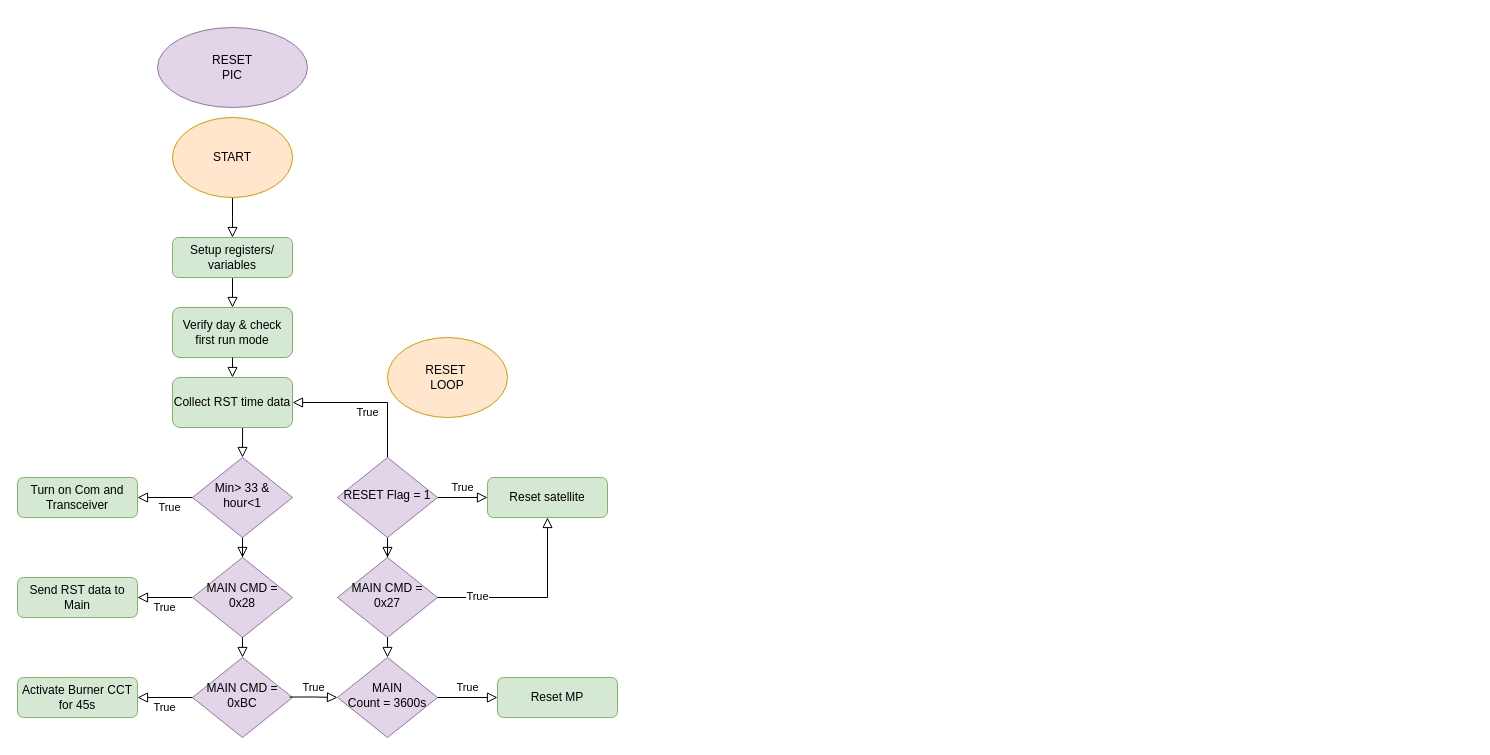
Earlier version of the draw.io diagram page "RESET-PIC-1.0" (3 of 9) of Diagrams/operation_scenario.drawio (BIRDSOpenSource/BIRDSRP-OBC). Source tidied: cells renumbered, new cells numbered last; positions are measured from the earlier drawing's top-left corner, leaving out a move shared by most shapes. Both pictures are drawn from the tidied source at 100%, with x=0, y=0 at pixel (17, 27).
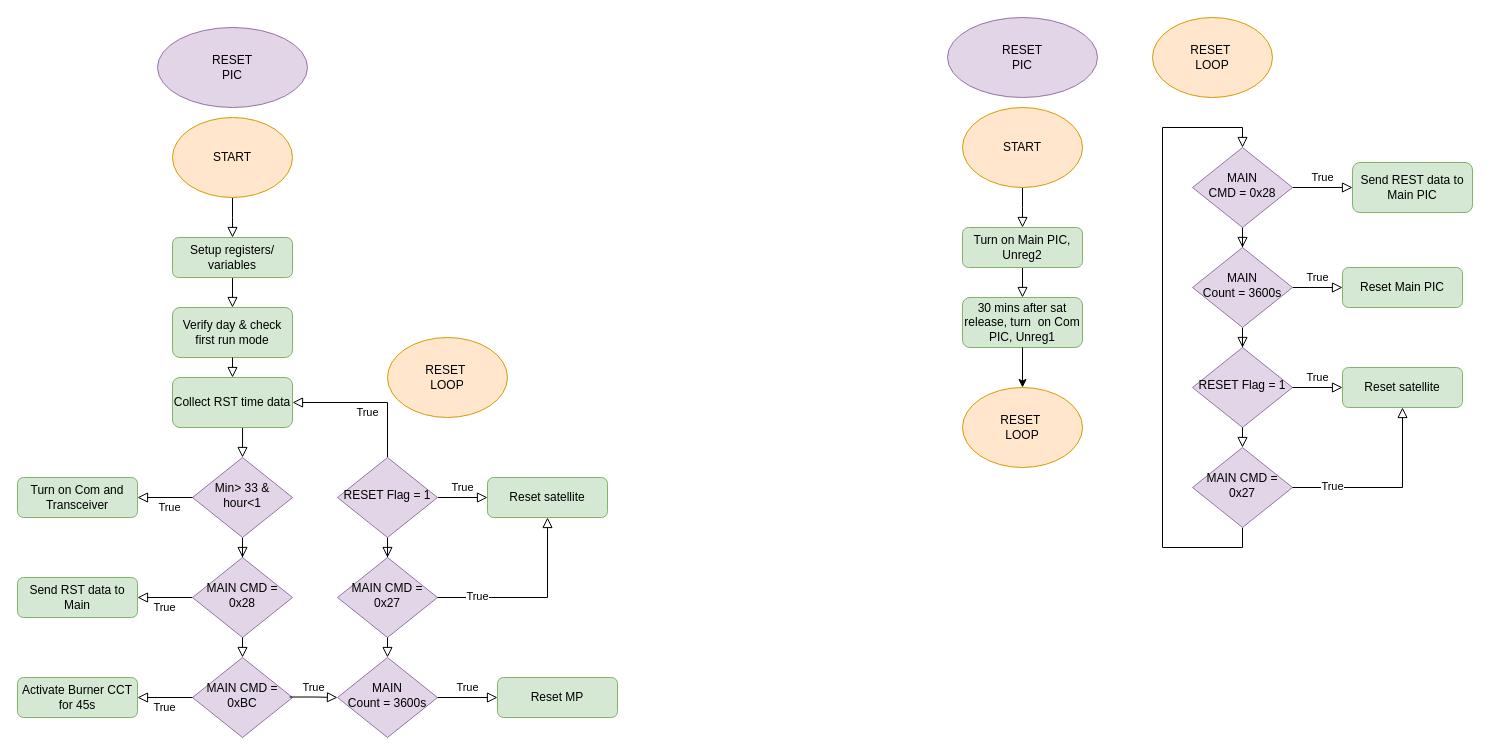
The same page after the edit.

The edit, as a diff of the source:
```diff
@@
+    <mxCell id="36" style="rounded=0;html=1;jettySize=auto;fontSize=11;endArrow=block;endFill=0;endSize=8;strokeWidth=1;shadow=0;labelBackgroundColor=none;edgeStyle=orthogonalEdgeStyle;exitX=0.5;exitY=1;exitDx=0;exitDy=0;entryX=0.5;entryY=0;entryDx=0;entryDy=0;" parent="1" edge="1" source="42" target="40">
+      <mxGeometry relative="1" as="geometry">
+        <Array as="points">
+          <mxPoint x="1005" y="180" />
+          <mxPoint x="1005" y="180" />
+        </Array>
+      </mxGeometry>
+    </mxCell>
+    <mxCell id="37" style="edgeStyle=orthogonalEdgeStyle;rounded=0;html=1;jettySize=auto;fontSize=11;endArrow=block;endFill=0;endSize=8;strokeWidth=1;shadow=0;labelBackgroundColor=none;exitX=0.5;exitY=1;exitDx=0;exitDy=0;entryX=0.5;entryY=0;entryDx=0;entryDy=0;" parent="1" edge="1" source="40" target="38">
+      <mxGeometry y="10" relative="1" as="geometry" />
+    </mxCell>
+    <mxCell id="38" value="30 mins after sat release, turn&amp;nbsp; on Com PIC, Unreg1" style="rounded=1;whiteSpace=wrap;html=1;fontSize=12;glass=0;strokeWidth=1;shadow=0;fillColor=#d5e8d4;strokeColor=#82b366;" parent="1" vertex="1">
+      <mxGeometry x="945" y="270" width="120" height="50" as="geometry" />
+    </mxCell>
+    <mxCell id="39" style="edgeStyle=orthogonalEdgeStyle;rounded=0;jettySize=auto;html=1;exitX=0.5;exitY=1;exitDx=0;exitDy=0;entryX=0.5;entryY=0;entryDx=0;entryDy=0;" parent="1" edge="1" source="38" target="43">
+      <mxGeometry relative="1" as="geometry" />
+    </mxCell>
+    <mxCell id="40" value="Turn on Main PIC, Unreg2" style="rounded=1;whiteSpace=wrap;html=1;fontSize=12;glass=0;strokeWidth=1;shadow=0;fillColor=#d5e8d4;strokeColor=#82b366;" parent="1" vertex="1">
+      <mxGeometry x="945" y="200" width="120" height="40" as="geometry" />
+    </mxCell>
+    <mxCell id="41" value="RESET&lt;div&gt;PIC&lt;/div&gt;" style="ellipse;whiteSpace=wrap;html=1;fillColor=#e1d5e7;strokeColor=#9673a6;" parent="1" vertex="1">
+      <mxGeometry x="930" y="-10" width="150" height="80" as="geometry" />
+    </mxCell>
+    <mxCell id="42" value="START" style="ellipse;whiteSpace=wrap;html=1;fillColor=#ffe6cc;strokeColor=#d79b00;" parent="1" vertex="1">
+      <mxGeometry x="945" y="80" width="120" height="80" as="geometry" />
+    </mxCell>
+    <mxCell id="43" value="RESET&amp;nbsp;&lt;div&gt;LOOP&lt;/div&gt;" style="ellipse;whiteSpace=wrap;html=1;fillColor=#ffe6cc;strokeColor=#d79b00;" parent="1" vertex="1">
+      <mxGeometry x="945" y="360" width="120" height="80" as="geometry" />
+    </mxCell>
+    <mxCell id="44" style="rounded=0;html=1;jettySize=auto;fontSize=11;endArrow=block;endFill=0;endSize=8;strokeWidth=1;shadow=0;labelBackgroundColor=none;edgeStyle=orthogonalEdgeStyle;entryX=0.5;entryY=0;entryDx=0;entryDy=0;exitX=0.5;exitY=1;exitDx=0;exitDy=0;" parent="1" edge="1" source="55" target="47">
+      <mxGeometry relative="1" as="geometry">
+        <Array as="points">
+          <mxPoint x="1225" y="520" />
+          <mxPoint x="1145" y="520" />
+          <mxPoint x="1145" y="100" />
+          <mxPoint x="1225" y="100" />
+        </Array>
+      </mxGeometry>
+    </mxCell>
+    <mxCell id="45" style="rounded=0;html=1;jettySize=auto;fontSize=11;endArrow=block;endFill=0;endSize=8;strokeWidth=1;shadow=0;labelBackgroundColor=none;edgeStyle=orthogonalEdgeStyle;" parent="1" edge="1" source="47" target="51">
+      <mxGeometry y="20" relative="1" as="geometry" />
+    </mxCell>
+    <mxCell id="46" value="True" style="edgeStyle=orthogonalEdgeStyle;rounded=0;html=1;jettySize=auto;fontSize=11;endArrow=block;endFill=0;endSize=8;strokeWidth=1;shadow=0;labelBackgroundColor=none;" parent="1" edge="1" source="47" target="48">
+      <mxGeometry y="10" relative="1" as="geometry" />
+    </mxCell>
+    <mxCell id="47" value="&lt;div&gt;MAIN&lt;/div&gt;&lt;div&gt;CMD = 0x28&lt;/div&gt;" style="rhombus;whiteSpace=wrap;html=1;shadow=0;fontFamily=Helvetica;fontSize=12;align=center;strokeWidth=1;spacing=6;spacingTop=-4;fillColor=#e1d5e7;strokeColor=#9673a6;" parent="1" vertex="1">
+      <mxGeometry x="1175" y="120" width="100" height="80" as="geometry" />
+    </mxCell>
+    <mxCell id="48" value="Send REST data to Main PIC" style="rounded=1;whiteSpace=wrap;html=1;fontSize=12;glass=0;strokeWidth=1;shadow=0;fillColor=#d5e8d4;strokeColor=#82b366;" parent="1" vertex="1">
+      <mxGeometry x="1335" y="135" width="120" height="50" as="geometry" />
+    </mxCell>
+    <mxCell id="49" style="rounded=0;html=1;jettySize=auto;fontSize=11;endArrow=block;endFill=0;endSize=8;strokeWidth=1;shadow=0;labelBackgroundColor=none;edgeStyle=orthogonalEdgeStyle;entryX=0.5;entryY=0;entryDx=0;entryDy=0;" parent="1" edge="1" source="51" target="54">
+      <mxGeometry x="0.33" y="20" relative="1" as="geometry" />
+    </mxCell>
+    <mxCell id="50" value="True" style="edgeStyle=orthogonalEdgeStyle;rounded=0;html=1;jettySize=auto;fontSize=11;endArrow=block;endFill=0;endSize=8;strokeWidth=1;shadow=0;labelBackgroundColor=none;" parent="1" edge="1" source="51" target="52">
+      <mxGeometry y="10" relative="1" as="geometry" />
+    </mxCell>
+    <mxCell id="51" value="&lt;div&gt;MAIN&lt;/div&gt;&lt;div&gt;Count = 3600s&lt;/div&gt;" style="rhombus;whiteSpace=wrap;html=1;shadow=0;fontFamily=Helvetica;fontSize=12;align=center;strokeWidth=1;spacing=6;spacingTop=-4;fillColor=#e1d5e7;strokeColor=#9673a6;" parent="1" vertex="1">
+      <mxGeometry x="1175" y="220" width="100" height="80" as="geometry" />
+    </mxCell>
+    <mxCell id="52" value="Reset Main PIC" style="rounded=1;whiteSpace=wrap;html=1;fontSize=12;glass=0;strokeWidth=1;shadow=0;fillColor=#d5e8d4;strokeColor=#82b366;" parent="1" vertex="1">
+      <mxGeometry x="1325" y="240" width="120" height="40" as="geometry" />
+    </mxCell>
+    <mxCell id="53" value="RESET&amp;nbsp;&lt;div&gt;LOOP&lt;/div&gt;" style="ellipse;whiteSpace=wrap;html=1;fillColor=#ffe6cc;strokeColor=#d79b00;" parent="1" vertex="1">
+      <mxGeometry x="1135" y="-10" width="120" height="80" as="geometry" />
+    </mxCell>
+    <mxCell id="54" value="&lt;div&gt;RESET Flag = 1&lt;/div&gt;" style="rhombus;whiteSpace=wrap;html=1;shadow=0;fontFamily=Helvetica;fontSize=12;align=center;strokeWidth=1;spacing=6;spacingTop=-4;fillColor=#e1d5e7;strokeColor=#9673a6;" parent="1" vertex="1">
+      <mxGeometry x="1175" y="320" width="100" height="80" as="geometry" />
+    </mxCell>
+    <mxCell id="55" value="&lt;div&gt;MAIN CMD = 0x27&lt;/div&gt;" style="rhombus;whiteSpace=wrap;html=1;shadow=0;fontFamily=Helvetica;fontSize=12;align=center;strokeWidth=1;spacing=6;spacingTop=-4;fillColor=#e1d5e7;strokeColor=#9673a6;" parent="1" vertex="1">
+      <mxGeometry x="1175" y="420" width="100" height="80" as="geometry" />
+    </mxCell>
+    <mxCell id="56" style="rounded=0;html=1;jettySize=auto;fontSize=11;endArrow=block;endFill=0;endSize=8;strokeWidth=1;shadow=0;labelBackgroundColor=none;edgeStyle=orthogonalEdgeStyle;entryX=0.5;entryY=0;entryDx=0;entryDy=0;exitX=0.5;exitY=1;exitDx=0;exitDy=0;" parent="1" edge="1" source="54" target="55">
+      <mxGeometry x="0.33" y="20" relative="1" as="geometry" />
+    </mxCell>
+    <mxCell id="57" value="Reset satellite" style="rounded=1;whiteSpace=wrap;html=1;fontSize=12;glass=0;strokeWidth=1;shadow=0;fillColor=#d5e8d4;strokeColor=#82b366;" parent="1" vertex="1">
+      <mxGeometry x="1325" y="340" width="120" height="40" as="geometry" />
+    </mxCell>
+    <mxCell id="58" value="True" style="edgeStyle=orthogonalEdgeStyle;rounded=0;html=1;jettySize=auto;fontSize=11;endArrow=block;endFill=0;endSize=8;strokeWidth=1;shadow=0;labelBackgroundColor=none;exitX=1;exitY=0.5;exitDx=0;exitDy=0;entryX=0;entryY=0.5;entryDx=0;entryDy=0;" parent="1" edge="1" source="54" target="57">
+      <mxGeometry y="10" relative="1" as="geometry" />
+    </mxCell>
+    <mxCell id="59" style="edgeStyle=orthogonalEdgeStyle;rounded=0;html=1;jettySize=auto;fontSize=11;endArrow=block;endFill=0;endSize=8;strokeWidth=1;shadow=0;labelBackgroundColor=none;exitX=1;exitY=0.5;exitDx=0;exitDy=0;entryX=0.5;entryY=1;entryDx=0;entryDy=0;" parent="1" edge="1" source="55" target="57">
+      <mxGeometry y="10" relative="1" as="geometry" />
+    </mxCell>
+    <mxCell id="60" value="True" style="edgeLabel;html=1;align=center;verticalAlign=middle;" parent="59" vertex="1">
+      <mxGeometry x="-0.59" y="2" relative="1" as="geometry" />
+    </mxCell>
```
